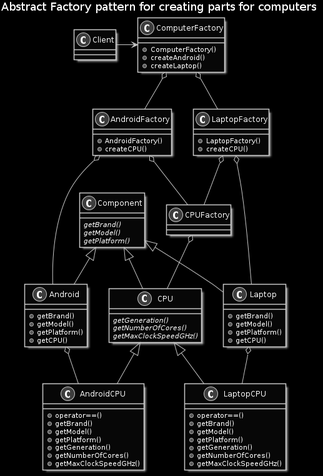
FriskySaga/InterviewingPractice keeps this PlantUML diagram as DesignPatterns/AbstractFactory/ComputerAbstractFactory.png. Above is the earlier version.
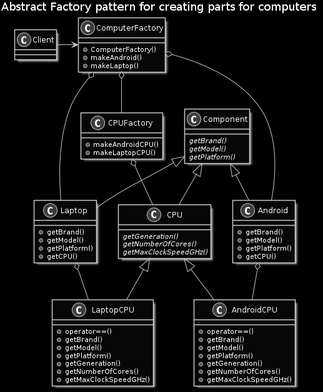
Later version of the same file.

Change to the diagram source:
```diff
@@ -14,8 +14,8 @@
 class ComputerFactory
 {
   + ComputerFactory()
-  + createAndroid()
-  + createLaptop()
+  + makeAndroid()
+  + makeLaptop()
 }
 
 class Android
@@ -26,24 +26,12 @@
   + getCPU()
 }
 
-class AndroidFactory
-{
-  + AndroidFactory()
-  + createCPU()
-}
-
 class Laptop
 {
   + getBrand()
   + getModel()
   + getPlatform()
   + getCPU()
-}
-
-class LaptopFactory
-{
-  + LaptopFactory()
-  + createCPU()
 }
 
 class CPU
@@ -77,26 +65,24 @@
 
 class CPUFactory
 {
+  + makeAndroidCPU()
+  + makeLaptopCPU()
 }
-
-Client -> ComputerFactory
-ComputerFactory o-- AndroidFactory
-ComputerFactory o-- LaptopFactory
 
 Component <|-- Android
 Component <|-- Laptop
 Component <|-- CPU
-
-AndroidFactory o-- Android
-Android o-- AndroidCPU
-
-LaptopFactory o-- Laptop
-Laptop o-- LaptopCPU
-
-AndroidFactory o-- CPUFactory
-LaptopFactory o-- CPUFactory
-CPUFactory o-- CPU
 CPU <|-- AndroidCPU
 CPU <|-- LaptopCPU
 
+Android o-- AndroidCPU
+Laptop o-- LaptopCPU
+
+ComputerFactory o-- Android
+ComputerFactory o-- Laptop
+ComputerFactory o-- CPUFactory
+CPUFactory o-- CPU
+
+Client -> ComputerFactory
+
 @enduml
```
